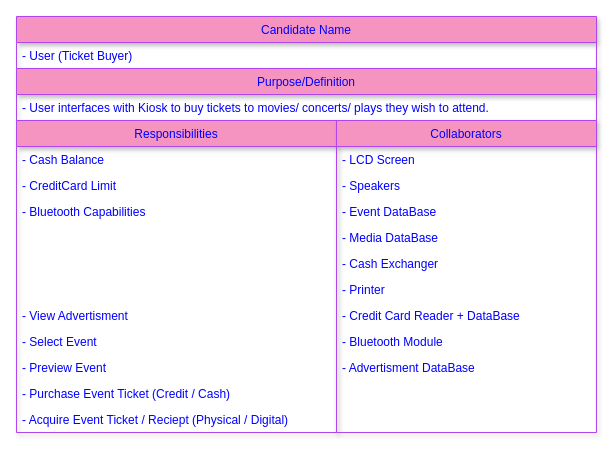
casonk/university-coursework keeps this draw.io diagram as page "User" (5 of 9) of CSC382-Software_Engineering/HW/HW3/3.drawio. Above is the earlier version. Source tidied: cells renumbered, new cells numbered last; positions are measured from the earlier drawing's top-left corner, leaving out a move shared by most shapes. Both pictures are drawn from the tidied source at 100%, with x=0, y=0 at pixel (16, 16).
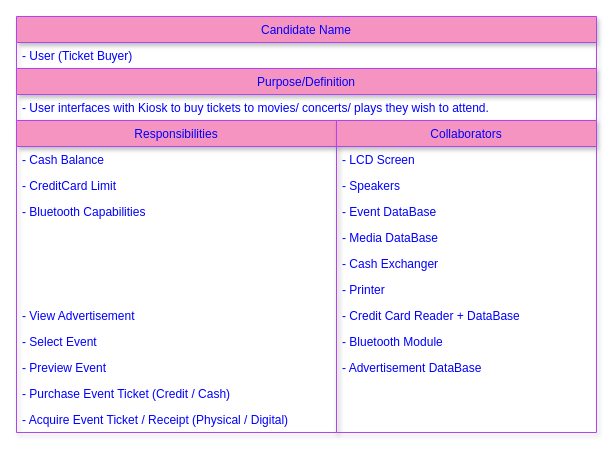
The same page after the edit.

Unchanged cells that the change refers to:
```xml
<mxCell id="6" value="Responsibilities" style="swimlane;fontStyle=0;horizontal=1;startSize=26;rounded=0;sketch=0;strokeColor=#AF45ED;fillColor=#F694C1;fontColor=#0000FF;shadow=1;" parent="1" vertex="1">
  <mxGeometry y="104" width="320" height="312" as="geometry" />
</mxCell>
<mxCell id="18" value="Collaborators" style="swimlane;fontStyle=0;horizontal=1;startSize=26;rounded=0;sketch=0;strokeColor=#AF45ED;fillColor=#F694C1;fontColor=#0000FF;shadow=1;" parent="1" vertex="1">
  <mxGeometry x="320" y="104" width="260" height="312" as="geometry" />
</mxCell>
```

Diff of the diagram source:
```diff
@@
-    <mxCell id="13" value="- View Advertisment" style="text;strokeColor=none;fillColor=none;align=left;verticalAlign=top;spacingLeft=4;spacingRight=4;overflow=hidden;fontColor=#0000FF;shadow=1;" parent="6" vertex="1">
+    <mxCell id="13" value="- View Advertisement" style="text;strokeColor=none;fillColor=none;align=left;verticalAlign=top;spacingLeft=4;spacingRight=4;overflow=hidden;fontColor=#0000FF;shadow=1;" parent="6" vertex="1">
       <mxGeometry y="182" width="320" height="26" as="geometry" />
     </mxCell>
@@
-    <mxCell id="17" value="- Acquire Event Ticket / Reciept (Physical / Digital)" style="text;strokeColor=none;fillColor=none;align=left;verticalAlign=top;spacingLeft=4;spacingRight=4;overflow=hidden;fontColor=#0000FF;shadow=1;" parent="6" vertex="1">
+    <mxCell id="17" value="- Acquire Event Ticket / Receipt (Physical / Digital)" style="text;strokeColor=none;fillColor=none;align=left;verticalAlign=top;spacingLeft=4;spacingRight=4;overflow=hidden;fontColor=#0000FF;shadow=1;" parent="6" vertex="1">
       <mxGeometry y="286" width="320" height="26" as="geometry" />
     </mxCell>
@@
-    <mxCell id="27" value="- Advertisment DataBase" style="text;strokeColor=none;fillColor=none;align=left;verticalAlign=top;spacingLeft=4;spacingRight=4;overflow=hidden;fontColor=#0000FF;shadow=1;" parent="18" vertex="1">
+    <mxCell id="27" value="- Advertisement DataBase" style="text;strokeColor=none;fillColor=none;align=left;verticalAlign=top;spacingLeft=4;spacingRight=4;overflow=hidden;fontColor=#0000FF;shadow=1;" parent="18" vertex="1">
       <mxGeometry y="234" width="260" height="26" as="geometry" />
     </mxCell>
```
